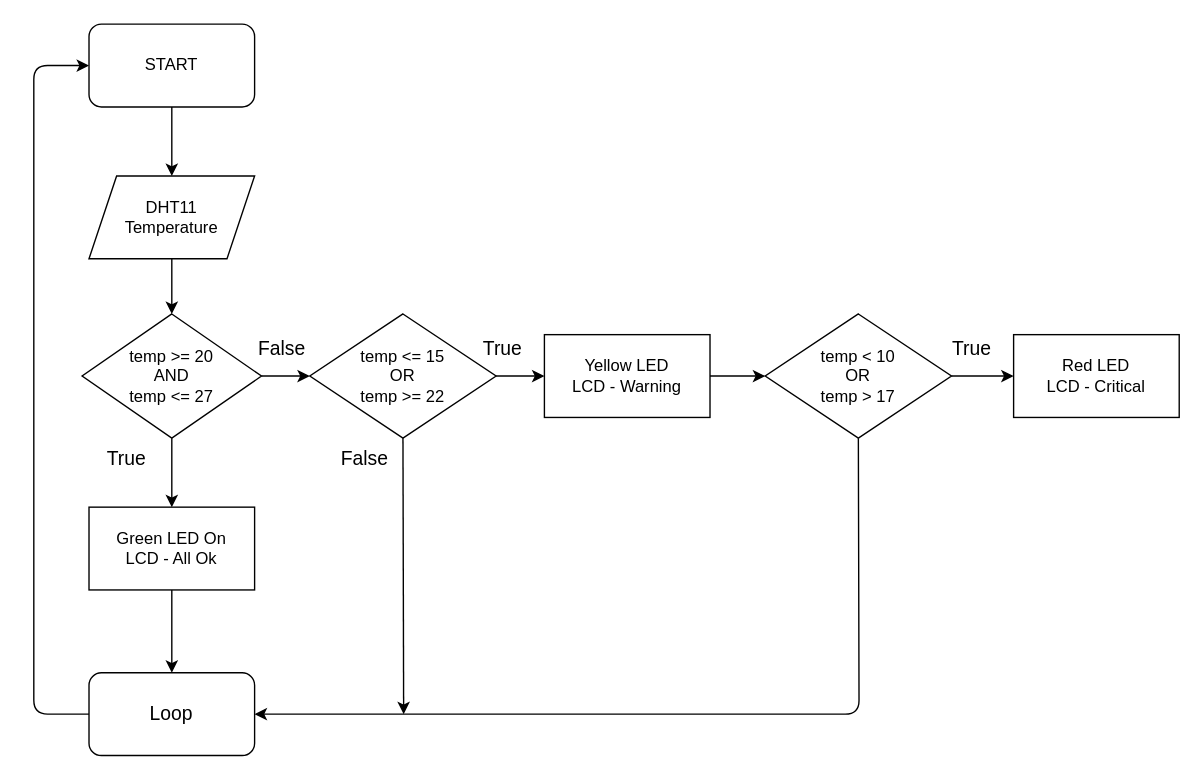
Systemad/arduino-project keeps this draw.io diagram as Untitled Diagram.drawio. Above is the earlier version. Source tidied: cells renumbered, new cells numbered last; positions are measured from the earlier drawing's top-left corner, leaving out a move shared by most shapes. Both pictures are drawn from the tidied source at 138%, with x=0, y=0 at pixel (33, 23).
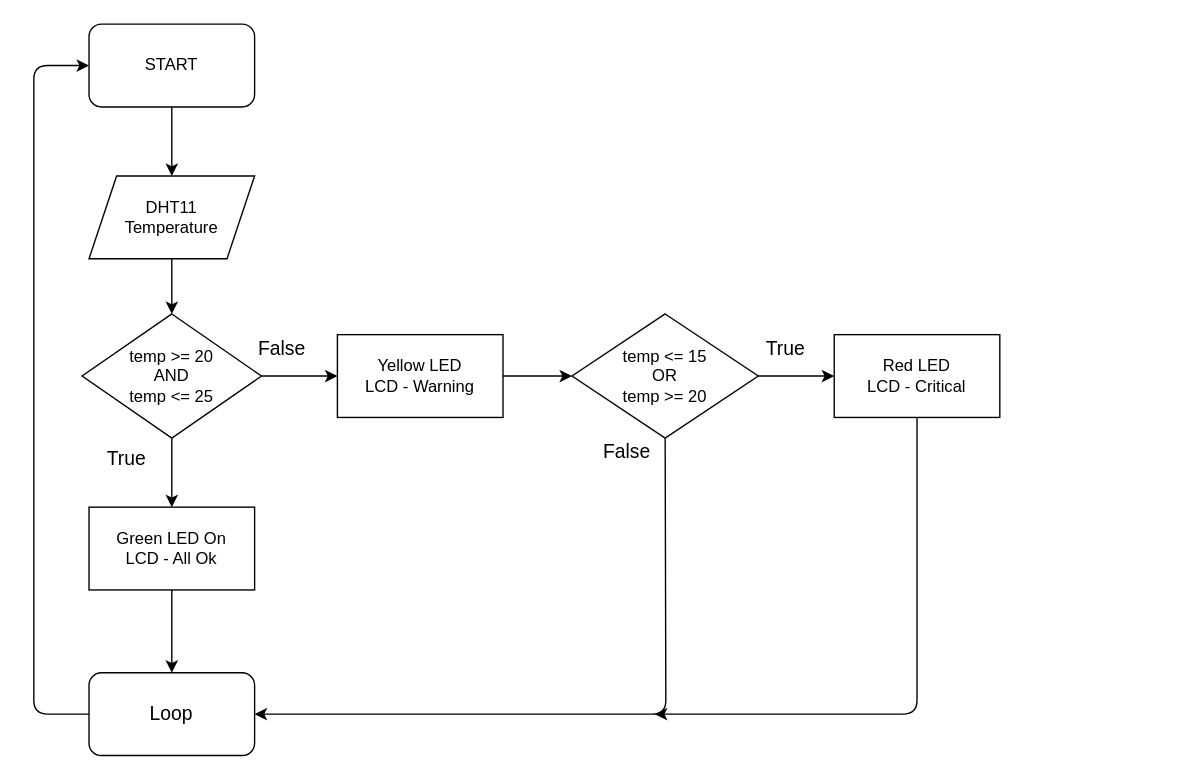
Above is the later version.

The change refers to these unchanged cells:
```xml
<mxCell id="15" value="&lt;font style=&quot;font-size: 14px&quot;&gt;Loop&lt;/font&gt;" style="rounded=1;whiteSpace=wrap;html=1;" parent="1" vertex="1">
  <mxGeometry x="40" y="470" width="120" height="60" as="geometry" />
</mxCell>
```

Diff of the diagram source:
```diff
@@
-    <mxCell id="5" value="temp &amp;gt;= 20&lt;br&gt;AND&lt;br&gt;temp &amp;lt;= 27" style="rhombus;whiteSpace=wrap;html=1;" parent="1" vertex="1">
+    <mxCell id="5" value="temp &amp;gt;= 20&lt;br&gt;AND&lt;br&gt;temp &amp;lt;= 25" style="rhombus;whiteSpace=wrap;html=1;" parent="1" vertex="1">
       <mxGeometry x="35" y="210" width="130" height="90" as="geometry" />
     </mxCell>
@@
     <mxCell id="11" value="Yellow LED&lt;br&gt;LCD - Warning" style="rounded=0;whiteSpace=wrap;html=1;" parent="1" vertex="1">
-      <mxGeometry x="370" y="225" width="120" height="60" as="geometry" />
+      <mxGeometry x="220" y="225" width="120" height="60" as="geometry" />
     </mxCell>
-    <mxCell id="12" value="&lt;font style=&quot;font-size: 14px&quot;&gt;True&lt;/font&gt;" style="text;html=1;strokeColor=none;fillColor=none;align=center;verticalAlign=middle;whiteSpace=wrap;rounded=0;" parent="1" vertex="1">
-      <mxGeometry x="320" y="225" width="40" height="20" as="geometry" />
-    </mxCell>
-    <mxCell id="13" value="&lt;span&gt;temp &amp;lt; 10&lt;/span&gt;&lt;br&gt;&lt;span&gt;OR&lt;/span&gt;&lt;br&gt;&lt;span&gt;temp &amp;gt; 17&lt;/span&gt;" style="rhombus;whiteSpace=wrap;html=1;" parent="1" vertex="1">
-      <mxGeometry x="530" y="210" width="135" height="90" as="geometry" />
+    <mxCell id="13" value="&lt;span&gt;temp &amp;lt;= 15&lt;/span&gt;&lt;br&gt;&lt;span&gt;OR&lt;/span&gt;&lt;br&gt;&lt;span&gt;temp &amp;gt;= 20&lt;/span&gt;" style="rhombus;whiteSpace=wrap;html=1;" parent="1" vertex="1">
+      <mxGeometry x="390" y="210" width="135" height="90" as="geometry" />
     </mxCell>
     <mxCell id="14" value="Red LED&lt;br&gt;LCD - Critical" style="rounded=0;whiteSpace=wrap;html=1;" parent="1" vertex="1">
-      <mxGeometry x="710" y="225" width="120" height="60" as="geometry" />
+      <mxGeometry x="580" y="225" width="120" height="60" as="geometry" />
     </mxCell>
@@
-    <mxCell id="18" value="&lt;span&gt;temp &amp;lt;= 15&lt;/span&gt;&lt;br&gt;OR&lt;br&gt;&lt;span&gt;temp &amp;gt;= 22&lt;/span&gt;" style="rhombus;whiteSpace=wrap;html=1;" parent="1" vertex="1">
-      <mxGeometry x="200" y="210" width="135" height="90" as="geometry" />
-    </mxCell>
-    <mxCell id="19" style="endArrow=classic;html=1;exitX=1;exitY=0.5;exitDx=0;exitDy=0;" parent="1" edge="1" source="5" target="18">
-      <mxGeometry relative="1" as="geometry" />
-    </mxCell>
-    <mxCell id="20" style="endArrow=classic;html=1;" parent="1" edge="1" source="18">
-      <mxGeometry relative="1" as="geometry">
-        <mxPoint x="370" y="255" as="targetPoint" />
-      </mxGeometry>
-    </mxCell>
-    <mxCell id="21" style="endArrow=classic;html=1;" parent="1" edge="1" source="11">
-      <mxGeometry relative="1" as="geometry">
-        <mxPoint x="530" y="255" as="targetPoint" />
-      </mxGeometry>
+    <mxCell id="21" style="endArrow=classic;html=1;entryX=0;entryY=0.5;entryDx=0;entryDy=0;" parent="1" edge="1" source="11" target="13">
+      <mxGeometry relative="1" as="geometry" />
     </mxCell>
@@
-    <mxCell id="23" style="endArrow=classic;html=1;exitX=0.5;exitY=1;exitDx=0;exitDy=0;" parent="1" edge="1" source="18">
-      <mxGeometry relative="1" as="geometry">
-        <mxPoint x="268" y="500" as="targetPoint" />
-      </mxGeometry>
-    </mxCell>
     <mxCell id="24" value="&lt;font style=&quot;font-size: 14px&quot;&gt;False&lt;/font&gt;" style="text;html=1;strokeColor=none;fillColor=none;align=center;verticalAlign=middle;whiteSpace=wrap;rounded=0;" parent="1" vertex="1">
-      <mxGeometry x="220" y="305" width="40" height="20" as="geometry" />
+      <mxGeometry x="410" y="300" width="40" height="20" as="geometry" />
     </mxCell>
     <mxCell id="25" style="endArrow=classic;html=1;exitX=0.5;exitY=1;exitDx=0;exitDy=0;entryX=1;entryY=0.5;entryDx=0;entryDy=0;" parent="1" edge="1" source="13" target="15">
       <mxGeometry relative="1" as="geometry">
         <Array as="points">
-          <mxPoint x="598" y="500" />
+          <mxPoint x="458" y="500" />
         </Array>
       </mxGeometry>
     </mxCell>
     <mxCell id="26" value="&lt;font style=&quot;font-size: 14px&quot;&gt;True&lt;/font&gt;" style="text;html=1;strokeColor=none;fillColor=none;align=center;verticalAlign=middle;whiteSpace=wrap;rounded=0;" parent="1" vertex="1">
-      <mxGeometry x="660" y="225" width="40" height="20" as="geometry" />
+      <mxGeometry x="525" y="225" width="40" height="20" as="geometry" />
     </mxCell>
+    <mxCell id="27" style="endArrow=classic;html=1;exitX=1;exitY=0.5;exitDx=0;exitDy=0;" parent="1" edge="1" source="5">
+      <mxGeometry relative="1" as="geometry">
+        <mxPoint x="220" y="255" as="targetPoint" />
+      </mxGeometry>
+    </mxCell>
+    <mxCell id="28" style="endArrow=classic;html=1;exitX=0.5;exitY=1;exitDx=0;exitDy=0;" parent="1" edge="1" source="14">
+      <mxGeometry relative="1" as="geometry">
+        <mxPoint x="450" y="500" as="targetPoint" />
+        <Array as="points">
+          <mxPoint x="640" y="500" />
+        </Array>
+      </mxGeometry>
+    </mxCell>
```
